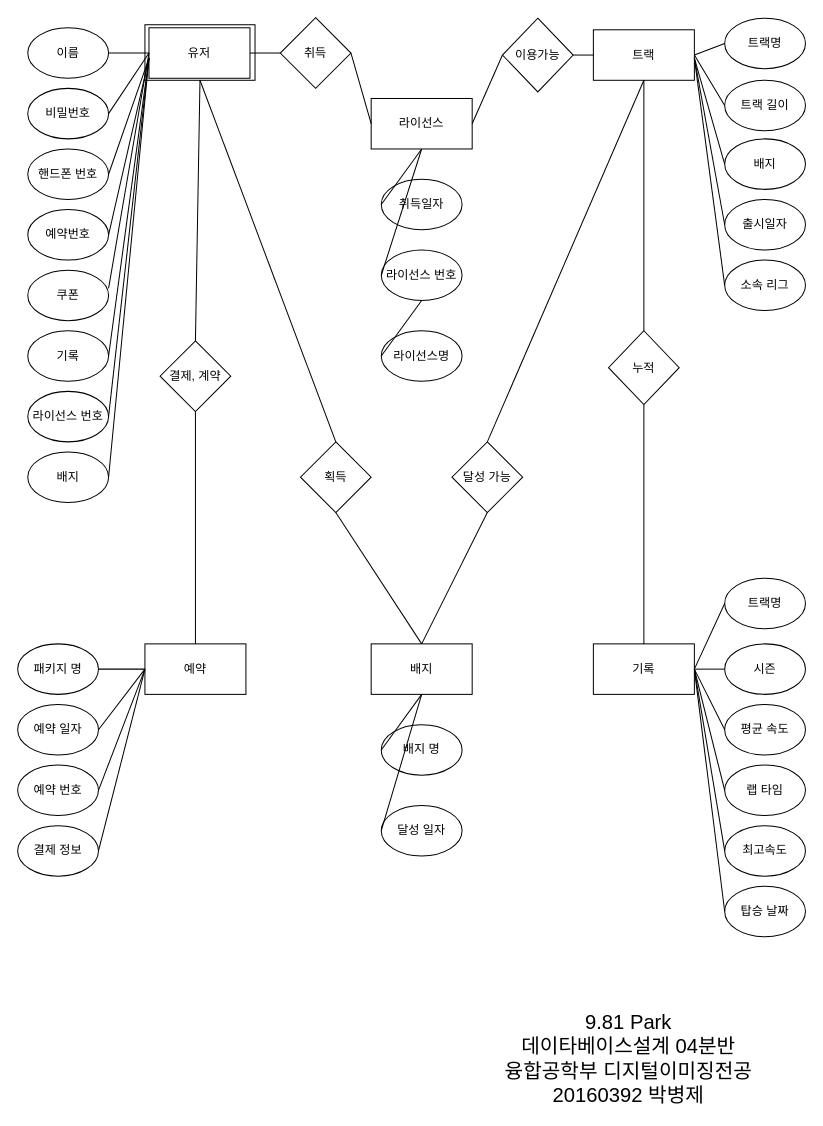
bejpark/dbexercise keeps this draw.io diagram as Untitled Diagram.drawio. Above is the earlier version. Source tidied: cells renumbered, new cells numbered last; positions are measured from the earlier drawing's top-left corner, leaving out a move shared by most shapes. Both pictures are drawn from the tidied source at 101%, with x=0, y=0 at pixel (17, 17).
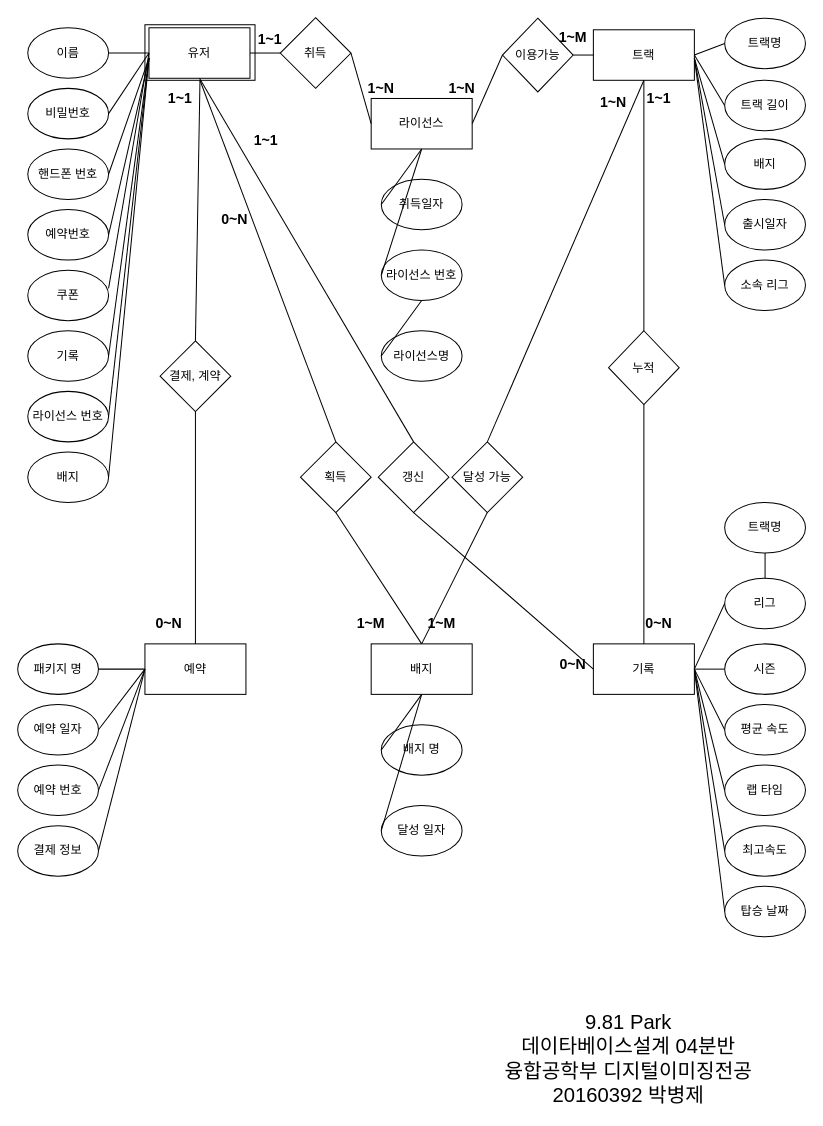
The same page after the edit.

Unchanged cells that the change refers to:
```xml
<mxCell id="2" style="rounded=0;whiteSpace=wrap;html=1;" parent="1" vertex="1">
  <mxGeometry x="126" y="7" width="109" height="55" as="geometry" />
</mxCell>
<mxCell id="3" value="유저" style="rounded=0;whiteSpace=wrap;html=1;" parent="1" vertex="1">
  <mxGeometry x="130" y="10" width="100" height="50" as="geometry" />
</mxCell>
<mxCell id="47" value="기록" style="rounded=0;whiteSpace=wrap;html=1;" parent="1" vertex="1">
  <mxGeometry x="570" y="620" width="100" height="50" as="geometry" />
</mxCell>
<mxCell id="73" value="획득" style="rhombus;whiteSpace=wrap;html=1;" parent="1" vertex="1">
  <mxGeometry x="280" y="420" width="70" height="70" as="geometry" />
</mxCell>
```

Change to the diagram source:
```diff
@@
-    <mxCell id="75" style="endArrow=none;html=1;entryX=0.5;entryY=0;entryDx=0;entryDy=0;exitX=0.5;exitY=1;exitDx=0;exitDy=0;" parent="1" edge="1" source="2" target="73">
-      <mxGeometry relative="1" as="geometry" />
-    </mxCell>
@@
-    <mxCell id="81" value="트랙명" style="ellipse;whiteSpace=wrap;html=1;" parent="1" vertex="1">
+    <mxCell id="81" value="리그" style="ellipse;whiteSpace=wrap;html=1;" parent="1" vertex="1">
       <mxGeometry x="700" y="555" width="80" height="50" as="geometry" />
     </mxCell>
@@
+    <mxCell id="84" value="트랙명" style="ellipse;whiteSpace=wrap;html=1;" parent="1" vertex="1">
+      <mxGeometry x="700" y="480" width="80" height="50" as="geometry" />
+    </mxCell>
+    <mxCell id="85" style="endArrow=none;html=1;entryX=0.5;entryY=1;entryDx=0;entryDy=0;exitX=0.5;exitY=0;exitDx=0;exitDy=0;" parent="1" edge="1" source="81" target="84">
+      <mxGeometry relative="1" as="geometry" />
+    </mxCell>
+    <mxCell id="86" value="&lt;b&gt;&lt;font style=&quot;font-size: 14px&quot;&gt;1~1&lt;/font&gt;&lt;/b&gt;" style="text;html=1;strokeColor=none;fillColor=none;align=center;verticalAlign=middle;whiteSpace=wrap;rounded=0;" parent="1" vertex="1">
+      <mxGeometry x="141" y="70" width="40" height="20" as="geometry" />
+    </mxCell>
+    <mxCell id="87" value="&lt;b&gt;&lt;font style=&quot;font-size: 14px&quot;&gt;0~N&lt;/font&gt;&lt;/b&gt;" style="text;html=1;strokeColor=none;fillColor=none;align=center;verticalAlign=middle;whiteSpace=wrap;rounded=0;" parent="1" vertex="1">
+      <mxGeometry x="130" y="590" width="40" height="20" as="geometry" />
+    </mxCell>
+    <mxCell id="88" value="&lt;b&gt;&lt;font style=&quot;font-size: 14px&quot;&gt;1~1&lt;/font&gt;&lt;/b&gt;" style="text;html=1;strokeColor=none;fillColor=none;align=center;verticalAlign=middle;whiteSpace=wrap;rounded=0;" parent="1" vertex="1">
+      <mxGeometry x="230" y="12" width="40" height="20" as="geometry" />
+    </mxCell>
+    <mxCell id="89" value="&lt;b&gt;&lt;font style=&quot;font-size: 14px&quot;&gt;1~N&lt;/font&gt;&lt;/b&gt;" style="text;html=1;strokeColor=none;fillColor=none;align=center;verticalAlign=middle;whiteSpace=wrap;rounded=0;" parent="1" vertex="1">
+      <mxGeometry x="340" y="60" width="40" height="20" as="geometry" />
+    </mxCell>
+    <mxCell id="90" value="&lt;b&gt;&lt;font style=&quot;font-size: 14px&quot;&gt;1~N&lt;/font&gt;&lt;/b&gt;" style="text;html=1;strokeColor=none;fillColor=none;align=center;verticalAlign=middle;whiteSpace=wrap;rounded=0;" parent="1" vertex="1">
+      <mxGeometry x="420" y="60" width="40" height="20" as="geometry" />
+    </mxCell>
+    <mxCell id="91" value="&lt;b&gt;&lt;font style=&quot;font-size: 14px&quot;&gt;1~M&lt;/font&gt;&lt;/b&gt;" style="text;html=1;strokeColor=none;fillColor=none;align=center;verticalAlign=middle;whiteSpace=wrap;rounded=0;" parent="1" vertex="1">
+      <mxGeometry x="530" y="10" width="40" height="20" as="geometry" />
+    </mxCell>
+    <mxCell id="92" value="&lt;b&gt;&lt;font style=&quot;font-size: 14px&quot;&gt;1~1&lt;/font&gt;&lt;/b&gt;" style="text;html=1;strokeColor=none;fillColor=none;align=center;verticalAlign=middle;whiteSpace=wrap;rounded=0;" parent="1" vertex="1">
+      <mxGeometry x="615" y="70" width="40" height="20" as="geometry" />
+    </mxCell>
+    <mxCell id="93" value="&lt;b&gt;&lt;font style=&quot;font-size: 14px&quot;&gt;0~N&lt;/font&gt;&lt;/b&gt;" style="text;html=1;strokeColor=none;fillColor=none;align=center;verticalAlign=middle;whiteSpace=wrap;rounded=0;" parent="1" vertex="1">
+      <mxGeometry x="615" y="590" width="40" height="20" as="geometry" />
+    </mxCell>
+    <mxCell id="94" value="갱신" style="rhombus;whiteSpace=wrap;html=1;" parent="1" vertex="1">
+      <mxGeometry x="357" y="420" width="70" height="70" as="geometry" />
+    </mxCell>
+    <mxCell id="95" style="endArrow=none;html=1;entryX=0.5;entryY=0;entryDx=0;entryDy=0;exitX=0.5;exitY=1;exitDx=0;exitDy=0;" parent="1" edge="1" source="3" target="94">
+      <mxGeometry relative="1" as="geometry" />
+    </mxCell>
+    <mxCell id="96" style="endArrow=none;html=1;entryX=0.5;entryY=1;entryDx=0;entryDy=0;exitX=0;exitY=0.5;exitDx=0;exitDy=0;" parent="1" edge="1" source="47" target="94">
+      <mxGeometry relative="1" as="geometry" />
+    </mxCell>
+    <mxCell id="75" style="endArrow=none;html=1;exitX=0.5;exitY=1;exitDx=0;exitDy=0;entryX=0.5;entryY=0;entryDx=0;entryDy=0;" parent="1" edge="1" source="2" target="73">
+      <mxGeometry relative="1" as="geometry" />
+    </mxCell>
+    <mxCell id="97" value="&lt;b&gt;&lt;font style=&quot;font-size: 14px&quot;&gt;0~N&lt;/font&gt;&lt;/b&gt;" style="text;html=1;strokeColor=none;fillColor=none;align=center;verticalAlign=middle;whiteSpace=wrap;rounded=0;" parent="1" vertex="1">
+      <mxGeometry x="530" y="630" width="40" height="20" as="geometry" />
+    </mxCell>
+    <mxCell id="98" value="&lt;b&gt;&lt;font style=&quot;font-size: 14px&quot;&gt;1~M&lt;/font&gt;&lt;/b&gt;" style="text;html=1;strokeColor=none;fillColor=none;align=center;verticalAlign=middle;whiteSpace=wrap;rounded=0;" parent="1" vertex="1">
+      <mxGeometry x="400" y="590" width="40" height="20" as="geometry" />
+    </mxCell>
+    <mxCell id="99" value="&lt;b&gt;&lt;font style=&quot;font-size: 14px&quot;&gt;1~N&lt;/font&gt;&lt;/b&gt;" style="text;html=1;strokeColor=none;fillColor=none;align=center;verticalAlign=middle;whiteSpace=wrap;rounded=0;" parent="1" vertex="1">
+      <mxGeometry x="570" y="73.5" width="40" height="20" as="geometry" />
+    </mxCell>
+    <mxCell id="100" value="&lt;b&gt;&lt;font style=&quot;font-size: 14px&quot;&gt;0~N&lt;/font&gt;&lt;/b&gt;" style="text;html=1;strokeColor=none;fillColor=none;align=center;verticalAlign=middle;whiteSpace=wrap;rounded=0;" parent="1" vertex="1">
+      <mxGeometry x="195" y="190" width="40" height="20" as="geometry" />
+    </mxCell>
+    <mxCell id="101" value="&lt;b&gt;&lt;font style=&quot;font-size: 14px&quot;&gt;1~M&lt;/font&gt;&lt;/b&gt;" style="text;html=1;strokeColor=none;fillColor=none;align=center;verticalAlign=middle;whiteSpace=wrap;rounded=0;" parent="1" vertex="1">
+      <mxGeometry x="330" y="590" width="40" height="20" as="geometry" />
+    </mxCell>
+    <mxCell id="102" value="&lt;b&gt;&lt;font style=&quot;font-size: 14px&quot;&gt;1~1&lt;/font&gt;&lt;/b&gt;" style="text;html=1;strokeColor=none;fillColor=none;align=center;verticalAlign=middle;whiteSpace=wrap;rounded=0;" parent="1" vertex="1">
+      <mxGeometry x="226" y="112" width="40" height="20" as="geometry" />
+    </mxCell>
```
